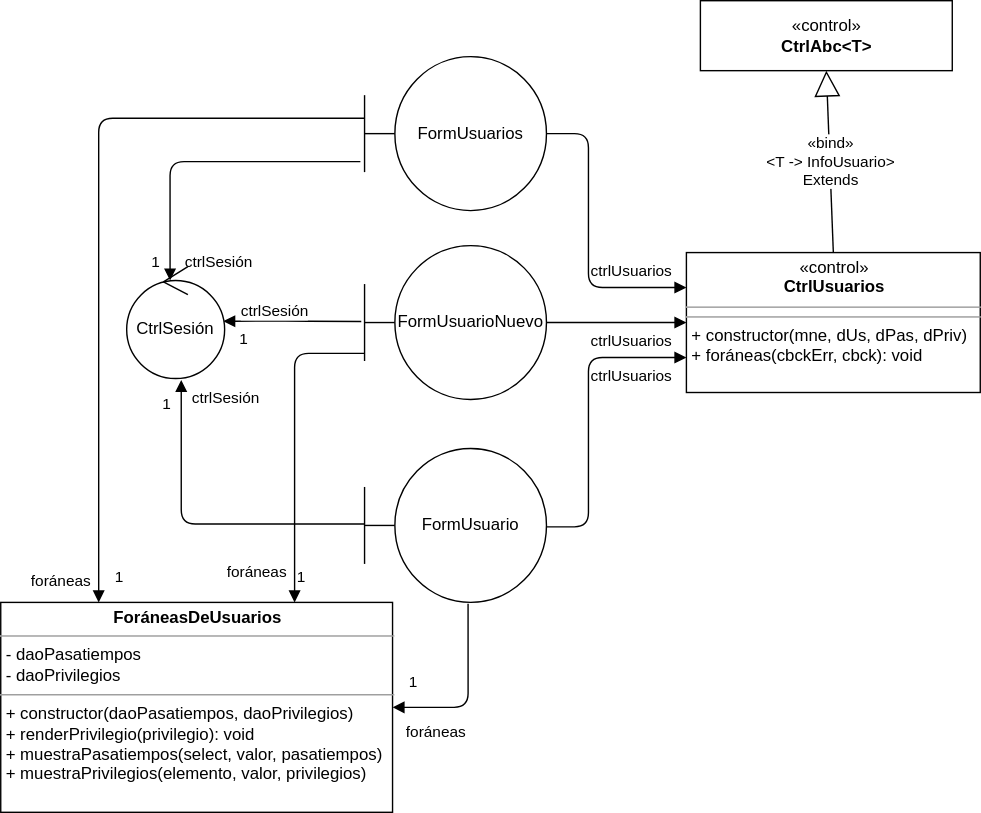
Before: img/usuarios.svg, a diagram exported from draw.io (gilpgprap/gilpgprap.github.io). Source tidied: cells renumbered, new cells last; positions are measured from the earlier drawing's top-left corner, leaving out a move shared by most shapes. Its diagram source:
```xml
<mxGraphModel>
  <root>
    <mxCell id="0" />
    <mxCell id="1" parent="0" />
    <mxCell id="2" value="FormUsuarios" style="shape=umlBoundary;whiteSpace=wrap;html=1;" parent="1" vertex="1">
      <mxGeometry x="260" y="40" width="130" height="110" as="geometry" />
    </mxCell>
    <mxCell id="3" value="FormUsuarioNuevo" style="shape=umlBoundary;whiteSpace=wrap;html=1;" parent="1" vertex="1">
      <mxGeometry x="260" y="175" width="130" height="110" as="geometry" />
    </mxCell>
    <mxCell id="4" value="FormUsuario" style="shape=umlBoundary;whiteSpace=wrap;html=1;" parent="1" vertex="1">
      <mxGeometry x="260" y="320" width="130" height="110" as="geometry" />
    </mxCell>
    <mxCell id="5" value="&lt;div&gt;ctrlSesión&lt;/div&gt;" style="endArrow=none;endFill=0;html=1;edgeStyle=orthogonalEdgeStyle;align=left;verticalAlign=top;exitX=0.443;exitY=0.125;exitDx=0;exitDy=0;entryX=-0.023;entryY=0.682;entryDx=0;entryDy=0;entryPerimeter=0;startArrow=block;startFill=1;exitPerimeter=0;" parent="1" edge="1" source="13" target="2">
      <mxGeometry x="-0.76" y="-9" relative="1" as="geometry">
        <Array as="points">
          <mxPoint x="121" y="115" />
        </Array>
      </mxGeometry>
    </mxCell>
    <mxCell id="6" value="1" style="edgeLabel;html=1;align=left;verticalAlign=bottom;" parent="5" vertex="1">
      <mxGeometry x="-1" relative="1" as="geometry">
        <mxPoint x="-15" y="-5" as="offset" />
      </mxGeometry>
    </mxCell>
    <mxCell id="7" value="ctrlSesión" style="endArrow=none;endFill=0;html=1;edgeStyle=orthogonalEdgeStyle;align=left;verticalAlign=top;exitX=0.986;exitY=0.488;exitDx=0;exitDy=0;startArrow=block;startFill=1;entryX=-0.018;entryY=0.493;entryDx=0;entryDy=0;entryPerimeter=0;exitPerimeter=0;" parent="1" edge="1" source="13" target="3">
      <mxGeometry x="-0.78" y="19" relative="1" as="geometry">
        <mxPoint y="-1" as="offset" />
      </mxGeometry>
    </mxCell>
    <mxCell id="8" value="1" style="edgeLabel;html=1;align=left;verticalAlign=bottom;" parent="7" vertex="1">
      <mxGeometry x="-1" relative="1" as="geometry">
        <mxPoint x="10" y="21" as="offset" />
      </mxGeometry>
    </mxCell>
    <mxCell id="9" value="ctrlSesión" style="endArrow=none;endFill=0;html=1;edgeStyle=orthogonalEdgeStyle;align=left;verticalAlign=top;exitX=0.557;exitY=1.013;exitDx=0;exitDy=0;entryX=0;entryY=0.491;entryDx=0;entryDy=0;entryPerimeter=0;startArrow=block;startFill=1;exitPerimeter=0;" parent="1" edge="1" source="13" target="4">
      <mxGeometry x="-0.07" y="103" relative="1" as="geometry" />
    </mxCell>
    <mxCell id="10" value="1" style="edgeLabel;html=1;align=left;verticalAlign=bottom;" parent="9" vertex="1">
      <mxGeometry x="-1" relative="1" as="geometry">
        <mxPoint x="-15" y="25" as="offset" />
      </mxGeometry>
    </mxCell>
    <mxCell id="11" value="ctrlUsuarios" style="endArrow=none;endFill=0;html=1;edgeStyle=orthogonalEdgeStyle;align=left;verticalAlign=top;entryX=1;entryY=0.5;entryDx=0;entryDy=0;entryPerimeter=0;exitX=0;exitY=0.25;exitDx=0;exitDy=0;startArrow=block;startFill=1;" parent="1" edge="1" source="25" target="2">
      <mxGeometry x="-0.33" y="-25" relative="1" as="geometry">
        <Array as="points">
          <mxPoint x="420" y="205" />
          <mxPoint x="420" y="95" />
        </Array>
        <mxPoint x="-25" y="-25" as="offset" />
      </mxGeometry>
    </mxCell>
    <mxCell id="12" value="1" style="edgeLabel;html=1;align=left;verticalAlign=bottom;" parent="11" vertex="1">
      <mxGeometry x="-1" relative="1" as="geometry">
        <mxPoint x="25" y="-5" as="offset" />
      </mxGeometry>
    </mxCell>
    <mxCell id="13" value="CtrlSesión" style="ellipse;shape=umlControl;whiteSpace=wrap;html=1;" parent="1" vertex="1">
      <mxGeometry x="90" y="190" width="70" height="80" as="geometry" />
    </mxCell>
    <mxCell id="14" value="ctrlUsuarios" style="endArrow=none;endFill=0;html=1;edgeStyle=orthogonalEdgeStyle;align=left;verticalAlign=top;exitX=0;exitY=0.5;exitDx=0;exitDy=0;entryX=1;entryY=0.5;entryDx=0;entryDy=0;entryPerimeter=0;startArrow=block;startFill=1;" parent="1" edge="1" source="25" target="3">
      <mxGeometry x="0.4" relative="1" as="geometry" />
    </mxCell>
    <mxCell id="15" value="ctrlUsuarios" style="endArrow=none;endFill=0;html=1;edgeStyle=orthogonalEdgeStyle;align=left;verticalAlign=top;entryX=1;entryY=0.509;entryDx=0;entryDy=0;entryPerimeter=0;startArrow=block;startFill=1;exitX=0;exitY=0.75;exitDx=0;exitDy=0;" parent="1" edge="1" source="25" target="4">
      <mxGeometry x="-0.37" relative="1" as="geometry">
        <Array as="points">
          <mxPoint x="420" y="255" />
          <mxPoint x="420" y="376" />
        </Array>
      </mxGeometry>
    </mxCell>
    <mxCell id="16" value="1" style="edgeLabel;html=1;align=left;verticalAlign=bottom;" parent="15" vertex="1">
      <mxGeometry x="-1" relative="1" as="geometry">
        <mxPoint x="5" y="15" as="offset" />
      </mxGeometry>
    </mxCell>
    <mxCell id="17" value="&lt;p style=&quot;margin: 0px ; margin-top: 4px ; text-align: center&quot;&gt;&lt;b&gt;ForáneasDeUsuarios&lt;br&gt;&lt;/b&gt;&lt;/p&gt;&lt;hr size=&quot;1&quot;&gt;&lt;p style=&quot;margin: 0px ; margin-left: 4px&quot;&gt;- daoPasatiempos&lt;/p&gt;&lt;p style=&quot;margin: 0px ; margin-left: 4px&quot;&gt;- daoPrivilegios&lt;br&gt;&lt;/p&gt;&lt;hr size=&quot;1&quot;&gt;&lt;p style=&quot;margin: 0px ; margin-left: 4px&quot;&gt;+ constructor(daoPasatiempos, daoPrivilegios)&lt;br&gt;&lt;/p&gt;&lt;p style=&quot;margin: 0px ; margin-left: 4px&quot;&gt;+ renderPrivilegio(privilegio): void&lt;/p&gt;&lt;p style=&quot;margin: 0px ; margin-left: 4px&quot;&gt;+ muestraPasatiempos(select, valor, pasatiempos)&lt;/p&gt;&lt;p style=&quot;margin: 0px ; margin-left: 4px&quot;&gt;+ muestraPrivilegios(elemento, valor, privilegios)&lt;/p&gt;" style="verticalAlign=top;align=left;overflow=fill;fontSize=12;fontFamily=Helvetica;html=1;" parent="1" vertex="1">
      <mxGeometry y="430" width="280" height="150" as="geometry" />
    </mxCell>
    <mxCell id="18" value="foráneas" style="endArrow=none;endFill=0;html=1;edgeStyle=orthogonalEdgeStyle;align=left;verticalAlign=top;entryX=0;entryY=0.4;entryDx=0;entryDy=0;entryPerimeter=0;exitX=0.25;exitY=0;exitDx=0;exitDy=0;startArrow=block;startFill=1;" parent="1" edge="1" source="17" target="2">
      <mxGeometry x="-0.9" y="50" relative="1" as="geometry" />
    </mxCell>
    <mxCell id="19" value="1" style="edgeLabel;html=1;align=left;verticalAlign=bottom;" parent="18" vertex="1">
      <mxGeometry x="-1" relative="1" as="geometry">
        <mxPoint x="10" y="-10" as="offset" />
      </mxGeometry>
    </mxCell>
    <mxCell id="20" value="foráneas" style="endArrow=none;endFill=0;html=1;edgeStyle=orthogonalEdgeStyle;align=left;verticalAlign=top;exitX=0.75;exitY=0;exitDx=0;exitDy=0;startArrow=block;startFill=1;" parent="1" edge="1" source="17">
      <mxGeometry x="-0.7" y="50" relative="1" as="geometry">
        <mxPoint x="260" y="252" as="targetPoint" />
        <Array as="points">
          <mxPoint x="210" y="252" />
        </Array>
      </mxGeometry>
    </mxCell>
    <mxCell id="21" value="1" style="edgeLabel;html=1;align=left;verticalAlign=bottom;" parent="20" vertex="1">
      <mxGeometry x="-1" relative="1" as="geometry">
        <mxPoint y="-10" as="offset" />
      </mxGeometry>
    </mxCell>
    <mxCell id="22" value="foráneas" style="endArrow=none;endFill=0;html=1;edgeStyle=orthogonalEdgeStyle;align=left;verticalAlign=top;exitX=1;exitY=0.5;exitDx=0;exitDy=0;startArrow=block;startFill=1;entryX=0.569;entryY=1.009;entryDx=0;entryDy=0;entryPerimeter=0;" parent="1" edge="1" source="17" target="4">
      <mxGeometry x="-0.88" y="-5" relative="1" as="geometry">
        <Array as="points">
          <mxPoint x="334" y="505" />
        </Array>
      </mxGeometry>
    </mxCell>
    <mxCell id="23" value="1" style="edgeLabel;html=1;align=left;verticalAlign=bottom;" parent="22" vertex="1">
      <mxGeometry x="-1" relative="1" as="geometry">
        <mxPoint x="10" y="-10" as="offset" />
      </mxGeometry>
    </mxCell>
    <mxCell id="24" value="«control»&lt;br&gt;&lt;b&gt;CtrlAbc&amp;lt;T&amp;gt;&lt;/b&gt;" style="html=1;" parent="1" vertex="1">
      <mxGeometry x="500" width="180" height="50" as="geometry" />
    </mxCell>
    <mxCell id="25" value="&lt;p style=&quot;margin: 0px ; margin-top: 4px ; text-align: center&quot;&gt;«control»&lt;br&gt;&lt;b&gt;CtrlUsuarios&lt;/b&gt;&lt;/p&gt;&lt;hr size=&quot;1&quot;&gt;&lt;hr size=&quot;1&quot;&gt;&lt;p style=&quot;margin: 0px ; margin-left: 4px&quot;&gt;+ constructor(mne, dUs, dPas, dPriv)&lt;br&gt;+ foráneas(cbckErr, cbck): void&lt;/p&gt;" style="verticalAlign=top;align=left;overflow=fill;fontSize=12;fontFamily=Helvetica;html=1;" parent="1" vertex="1">
      <mxGeometry x="490" y="180" width="210" height="100" as="geometry" />
    </mxCell>
    <mxCell id="26" value="&lt;div&gt;&lt;div&gt;«bind»&lt;/div&gt;&lt;div&gt;&amp;lt;T -&amp;gt; InfoUsuario&amp;gt;&lt;br&gt;&lt;/div&gt;&lt;/div&gt;&lt;div&gt;Extends&lt;/div&gt;" style="endArrow=block;endSize=16;endFill=0;html=1;entryX=0.5;entryY=1;entryDx=0;entryDy=0;exitX=0.5;exitY=0;exitDx=0;exitDy=0;" parent="1" edge="1" source="25" target="24">
      <mxGeometry relative="1" as="geometry" />
    </mxCell>
  </root>
</mxGraphModel>
```
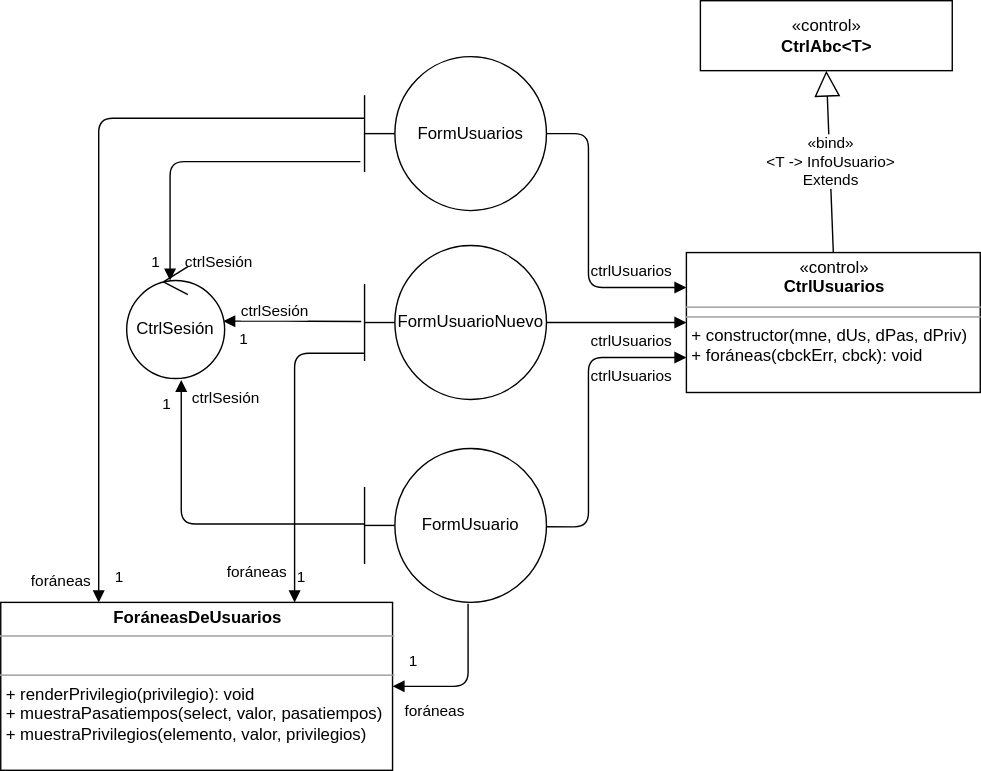
The same file after the commit.

Commit message:
Corrige privilegios y diagrama

The edit, as a diff of the source:
```diff
@@ -74,8 +74,8 @@
         <mxPoint x="5" y="15" as="offset" />
       </mxGeometry>
     </mxCell>
-    <mxCell id="17" value="&lt;p style=&quot;margin: 0px ; margin-top: 4px ; text-align: center&quot;&gt;&lt;b&gt;ForáneasDeUsuarios&lt;br&gt;&lt;/b&gt;&lt;/p&gt;&lt;hr size=&quot;1&quot;&gt;&lt;p style=&quot;margin: 0px ; margin-left: 4px&quot;&gt;- daoPasatiempos&lt;/p&gt;&lt;p style=&quot;margin: 0px ; margin-left: 4px&quot;&gt;- daoPrivilegios&lt;br&gt;&lt;/p&gt;&lt;hr size=&quot;1&quot;&gt;&lt;p style=&quot;margin: 0px ; margin-left: 4px&quot;&gt;+ constructor(daoPasatiempos, daoPrivilegios)&lt;br&gt;&lt;/p&gt;&lt;p style=&quot;margin: 0px ; margin-left: 4px&quot;&gt;+ renderPrivilegio(privilegio): void&lt;/p&gt;&lt;p style=&quot;margin: 0px ; margin-left: 4px&quot;&gt;+ muestraPasatiempos(select, valor, pasatiempos)&lt;/p&gt;&lt;p style=&quot;margin: 0px ; margin-left: 4px&quot;&gt;+ muestraPrivilegios(elemento, valor, privilegios)&lt;/p&gt;" style="verticalAlign=top;align=left;overflow=fill;fontSize=12;fontFamily=Helvetica;html=1;" parent="1" vertex="1">
-      <mxGeometry y="430" width="280" height="150" as="geometry" />
+    <mxCell id="17" value="&lt;p style=&quot;margin: 0px ; margin-top: 4px ; text-align: center&quot;&gt;&lt;b&gt;ForáneasDeUsuarios&lt;br&gt;&lt;/b&gt;&lt;/p&gt;&lt;hr size=&quot;1&quot;&gt;&lt;p style=&quot;margin: 0px ; margin-left: 4px&quot;&gt;&lt;br&gt;&lt;/p&gt;&lt;hr size=&quot;1&quot;&gt;&lt;p style=&quot;margin: 0px ; margin-left: 4px&quot;&gt;&lt;span&gt;+ renderPrivilegio(privilegio): void&lt;/span&gt;&lt;br&gt;&lt;/p&gt;&lt;p style=&quot;margin: 0px ; margin-left: 4px&quot;&gt;+ muestraPasatiempos(select, valor, pasatiempos)&lt;/p&gt;&lt;p style=&quot;margin: 0px ; margin-left: 4px&quot;&gt;+ muestraPrivilegios(elemento, valor, privilegios)&lt;/p&gt;" style="verticalAlign=top;align=left;overflow=fill;fontSize=12;fontFamily=Helvetica;html=1;" parent="1" vertex="1">
+      <mxGeometry y="430" width="280" height="120" as="geometry" />
     </mxCell>
     <mxCell id="18" value="foráneas" style="endArrow=none;endFill=0;html=1;edgeStyle=orthogonalEdgeStyle;align=left;verticalAlign=top;entryX=0;entryY=0.4;entryDx=0;entryDy=0;entryPerimeter=0;exitX=0.25;exitY=0;exitDx=0;exitDy=0;startArrow=block;startFill=1;" parent="1" edge="1" source="17" target="2">
       <mxGeometry x="-0.9" y="50" relative="1" as="geometry" />
@@ -101,7 +101,7 @@
     <mxCell id="22" value="foráneas" style="endArrow=none;endFill=0;html=1;edgeStyle=orthogonalEdgeStyle;align=left;verticalAlign=top;exitX=1;exitY=0.5;exitDx=0;exitDy=0;startArrow=block;startFill=1;entryX=0.569;entryY=1.009;entryDx=0;entryDy=0;entryPerimeter=0;" parent="1" edge="1" source="17" target="4">
       <mxGeometry x="-0.88" y="-5" relative="1" as="geometry">
         <Array as="points">
-          <mxPoint x="334" y="505" />
+          <mxPoint x="334" y="490" />
         </Array>
       </mxGeometry>
     </mxCell>
```
